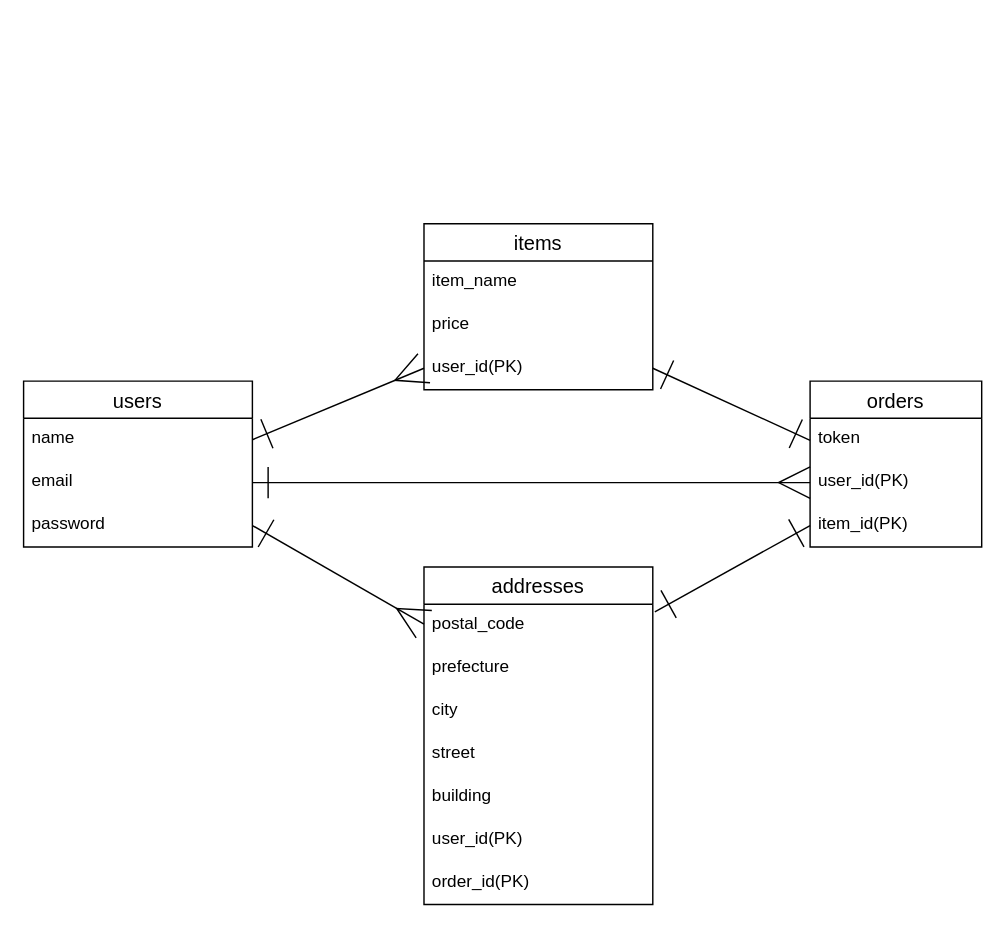
Above: databese.dio in Pokesyoum/furima-41422 (draw.io), before the change. Source tidied: cells renumbered, new cells numbered last; positions are measured from the earlier drawing's top-left corner, leaving out a move shared by most shapes. Both pictures are drawn from the tidied source at 143%, with x=0, y=0 at pixel (23, 223).
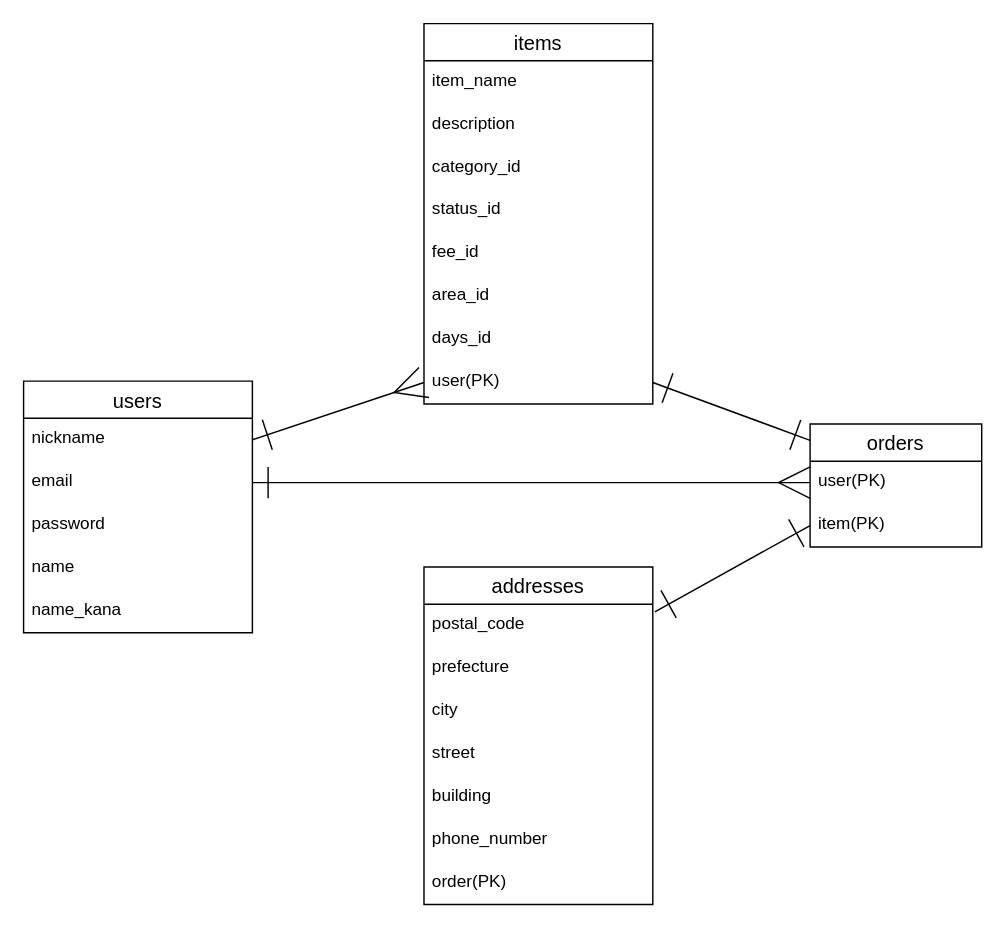
The same diagram, later.

Commit message (it also covers changes not shown here):
データベース設計の修正

The change refers to these unchanged cells:
```xml
<mxCell id="5" value="password" style="text;strokeColor=none;fillColor=none;spacingLeft=4;spacingRight=4;overflow=hidden;points=[[0,0.5],[1,0.5]];portConstraint=eastwest;fontSize=12;" parent="2" vertex="1">
  <mxGeometry y="86" width="160" height="30" as="geometry" />
</mxCell>
<mxCell id="16" value="addresses" style="swimlane;fontStyle=0;horizontal=1;startSize=26;align=center;fontSize=14;" parent="1" vertex="1">
  <mxGeometry x="280" y="240" width="160" height="236" as="geometry" />
</mxCell>
```

Change to the diagram source:
```diff
@@
     <mxCell id="2" value="users" style="swimlane;fontStyle=0;horizontal=1;startSize=26;align=center;fontSize=14;" parent="1" vertex="1">
-      <mxGeometry y="110" width="160" height="116" as="geometry" />
+      <mxGeometry y="110" width="160" height="176" as="geometry" />
     </mxCell>
-    <mxCell id="3" value="name" style="text;strokeColor=none;fillColor=none;spacingLeft=4;spacingRight=4;overflow=hidden;points=[[0,0.5],[1,0.5]];portConstraint=eastwest;fontSize=12;" parent="2" vertex="1">
+    <mxCell id="3" value="nickname" style="text;strokeColor=none;fillColor=none;spacingLeft=4;spacingRight=4;overflow=hidden;points=[[0,0.5],[1,0.5]];portConstraint=eastwest;fontSize=12;" parent="2" vertex="1">
       <mxGeometry y="26" width="160" height="30" as="geometry" />
     </mxCell>
@@
+    <mxCell id="27" value="name" style="text;strokeColor=none;fillColor=none;spacingLeft=4;spacingRight=4;overflow=hidden;fontSize=12;" parent="2" vertex="1">
+      <mxGeometry y="116" width="160" height="30" as="geometry" />
+    </mxCell>
+    <mxCell id="28" value="name_kana" style="text;strokeColor=none;fillColor=none;spacingLeft=4;spacingRight=4;overflow=hidden;fontSize=12;" parent="2" vertex="1">
+      <mxGeometry y="146" width="160" height="30" as="geometry" />
+    </mxCell>
     <mxCell id="6" value="items" style="swimlane;fontStyle=0;horizontal=1;startSize=26;align=center;fontSize=14;" parent="1" vertex="1">
-      <mxGeometry x="280" width="160" height="116" as="geometry" />
+      <mxGeometry x="280" y="-140" width="160" height="266" as="geometry" />
     </mxCell>
@@
-    <mxCell id="8" value="price" style="text;strokeColor=none;fillColor=none;spacingLeft=4;spacingRight=4;overflow=hidden;fontSize=12;" parent="6" vertex="1">
+    <mxCell id="8" value="description" style="text;strokeColor=none;fillColor=none;spacingLeft=4;spacingRight=4;overflow=hidden;fontSize=12;" parent="6" vertex="1">
       <mxGeometry y="56" width="160" height="30" as="geometry" />
     </mxCell>
+    <mxCell id="29" value="category_id" style="text;strokeColor=none;fillColor=none;spacingLeft=4;spacingRight=4;overflow=hidden;fontSize=12;" parent="6" vertex="1">
+      <mxGeometry y="86" width="160" height="30" as="geometry" />
+    </mxCell>
+    <mxCell id="30" value="status_id" style="text;strokeColor=none;fillColor=none;spacingLeft=4;spacingRight=4;overflow=hidden;fontSize=12;" parent="6" vertex="1">
+      <mxGeometry y="116" width="160" height="30" as="geometry" />
+    </mxCell>
+    <mxCell id="31" value="fee_id" style="text;strokeColor=none;fillColor=none;spacingLeft=4;spacingRight=4;overflow=hidden;fontSize=12;" parent="6" vertex="1">
+      <mxGeometry y="146" width="160" height="30" as="geometry" />
+    </mxCell>
+    <mxCell id="32" value="area_id" style="text;strokeColor=none;fillColor=none;spacingLeft=4;spacingRight=4;overflow=hidden;fontSize=12;" parent="6" vertex="1">
+      <mxGeometry y="176" width="160" height="30" as="geometry" />
+    </mxCell>
+    <mxCell id="33" value="days_id" style="text;strokeColor=none;fillColor=none;spacingLeft=4;spacingRight=4;overflow=hidden;fontSize=12;" parent="6" vertex="1">
+      <mxGeometry y="206" width="160" height="30" as="geometry" />
+    </mxCell>
-    <mxCell id="9" value="user_id(PK)" style="text;strokeColor=none;fillColor=none;spacingLeft=4;spacingRight=4;overflow=hidden;points=[[0,0.5],[1,0.5]];portConstraint=eastwest;fontSize=12;" parent="6" vertex="1">
-      <mxGeometry y="86" width="160" height="30" as="geometry" />
+    <mxCell id="9" value="user(PK)" style="text;strokeColor=none;fillColor=none;spacingLeft=4;spacingRight=4;overflow=hidden;points=[[0,0.5],[1,0.5]];portConstraint=eastwest;fontSize=12;" parent="6" vertex="1">
+      <mxGeometry y="236" width="160" height="30" as="geometry" />
     </mxCell>
     <mxCell id="10" value="orders" style="swimlane;fontStyle=0;horizontal=1;startSize=26;align=center;fontSize=14;" parent="1" vertex="1">
-      <mxGeometry x="550" y="110" width="120" height="116" as="geometry" />
+      <mxGeometry x="550" y="140" width="120" height="86" as="geometry" />
     </mxCell>
-    <mxCell id="11" value="token" style="text;strokeColor=none;fillColor=none;spacingLeft=4;spacingRight=4;overflow=hidden;fontSize=12;" parent="10" vertex="1">
-      <mxGeometry y="26" width="120" height="30" as="geometry" />
-    </mxCell>
-    <mxCell id="12" value="user_id(PK)" style="text;strokeColor=none;fillColor=none;spacingLeft=4;spacingRight=4;overflow=hidden;points=[[0,0.5],[1,0.5]];portConstraint=eastwest;fontSize=12;" parent="10" vertex="1">
-      <mxGeometry y="56" width="120" height="30" as="geometry" />
+    <mxCell id="12" value="user(PK)" style="text;strokeColor=none;fillColor=none;spacingLeft=4;spacingRight=4;overflow=hidden;points=[[0,0.5],[1,0.5]];portConstraint=eastwest;fontSize=12;" parent="10" vertex="1">
+      <mxGeometry y="26" width="120" height="30" as="geometry" />
     </mxCell>
-    <mxCell id="13" value="item_id(PK)" style="text;strokeColor=none;fillColor=none;spacingLeft=4;spacingRight=4;overflow=hidden;points=[[0,0.5],[1,0.5]];portConstraint=eastwest;fontSize=12;" parent="10" vertex="1">
-      <mxGeometry y="86" width="120" height="30" as="geometry" />
+    <mxCell id="13" value="item(PK)" style="text;strokeColor=none;fillColor=none;spacingLeft=4;spacingRight=4;overflow=hidden;points=[[0,0.5],[1,0.5]];portConstraint=eastwest;fontSize=12;" parent="10" vertex="1">
+      <mxGeometry y="56" width="120" height="30" as="geometry" />
     </mxCell>
@@
-    <mxCell id="22" value="user_id(PK)" style="text;strokeColor=none;fillColor=none;spacingLeft=4;spacingRight=4;overflow=hidden;fontSize=12;" parent="16" vertex="1">
-      <mxGeometry y="176" width="160" height="30" as="geometry" />
-    </mxCell>
+    <mxCell id="34" value="phone_number" style="text;strokeColor=none;fillColor=none;spacingLeft=4;spacingRight=4;overflow=hidden;fontSize=12;" parent="16" vertex="1">
+      <mxGeometry y="176" width="160" height="30" as="geometry" />
+    </mxCell>
-    <mxCell id="23" value="order_id(PK)" style="text;strokeColor=none;fillColor=none;spacingLeft=4;spacingRight=4;overflow=hidden;fontSize=12;" parent="16" vertex="1">
+    <mxCell id="23" value="order(PK)" style="text;strokeColor=none;fillColor=none;spacingLeft=4;spacingRight=4;overflow=hidden;fontSize=12;" parent="16" vertex="1">
       <mxGeometry y="206" width="160" height="30" as="geometry" />
     </mxCell>
-    <mxCell id="24" style="edgeStyle=none;html=1;exitX=1;exitY=0.5;exitDx=0;exitDy=0;startArrow=ERone;startFill=0;endArrow=ERmany;endFill=0;startSize=20;endSize=20;" parent="1" edge="1" source="5">
-      <mxGeometry relative="1" as="geometry">
-        <mxPoint x="280" y="280" as="targetPoint" />
-      </mxGeometry>
-    </mxCell>
```
